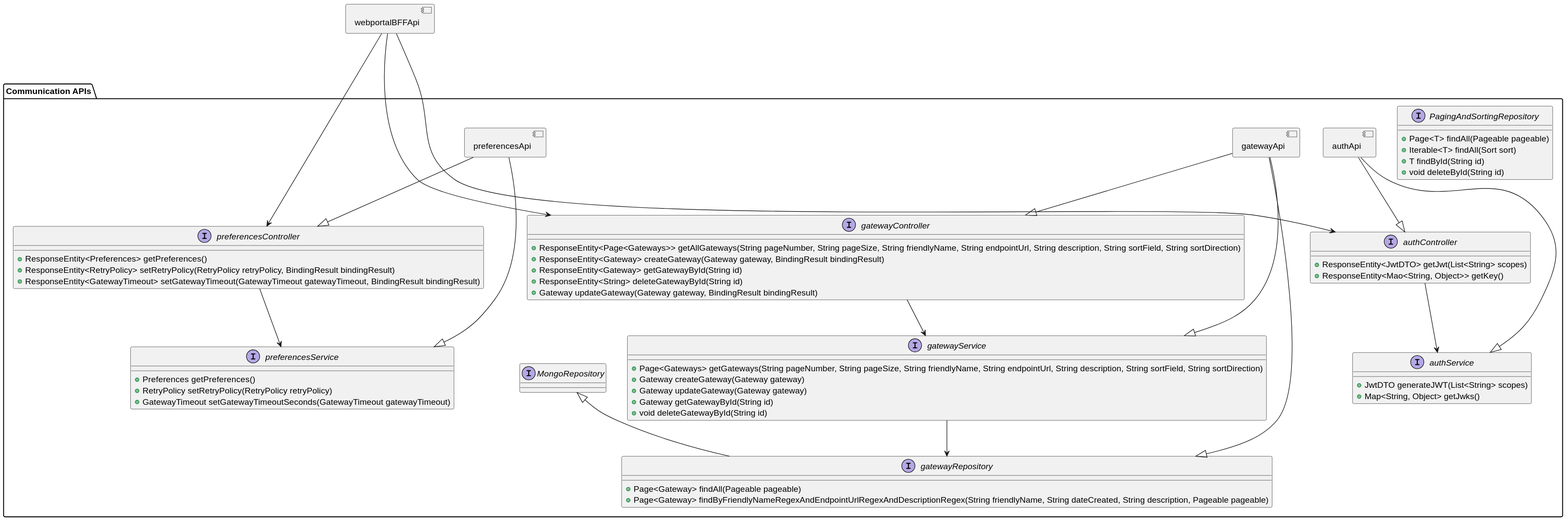
CameronWard301/communication_scheduler keeps this PlantUML diagram as Designs/Images/System Context/Components/AuthPreferencesGatewayApiInterfaces.svg. Above is the earlier version.
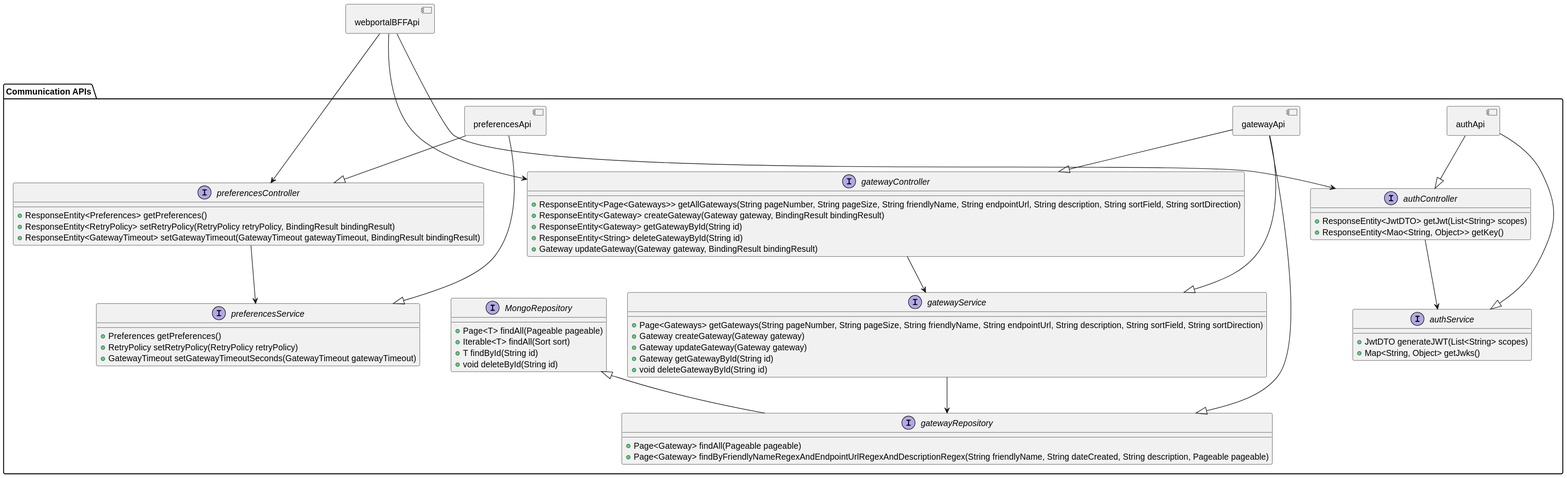
Above is the later version.

The edit, as a diff of the source:
```diff
@@ -25,7 +25,7 @@
         + void deleteGatewayById(String id)
     }
 
-    interface PagingAndSortingRepository {
+    interface MongoRepository {
         + Page<T> findAll(Pageable pageable)
         + Iterable<T> findAll(Sort sort)
         + T findById(String id)
```
